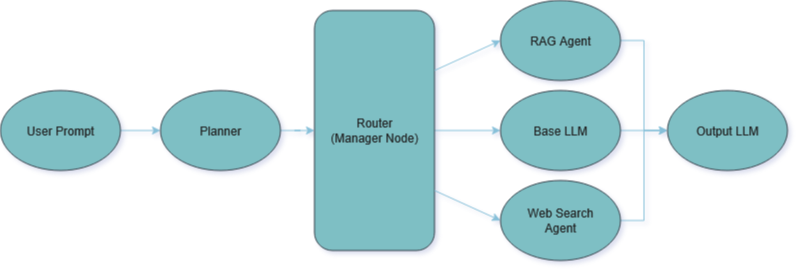
fgunestas/RAG_Project keeps this draw.io diagram as graph.png. Above is the earlier version. Source tidied: cells renumbered, new cells last; positions are measured from the earlier drawing's top-left corner, leaving out a move shared by most shapes.
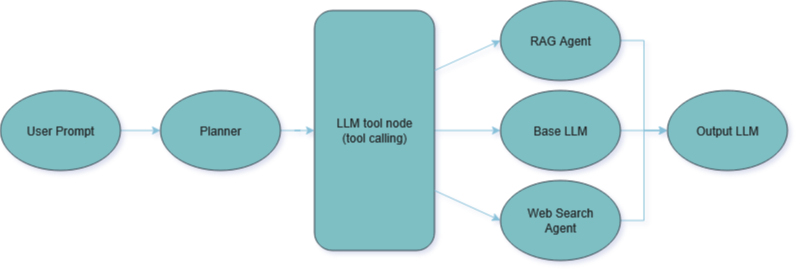
After the commit.

What changed in the source:
```diff
@@ -17,7 +17,7 @@
     <mxCell id="6" style="edgeStyle=orthogonalEdgeStyle;rounded=0;jettySize=auto;html=1;labelBackgroundColor=none;strokeColor=#0B4D6A;fontColor=default;" parent="1" edge="1" source="7" target="11">
       <mxGeometry relative="1" as="geometry" />
     </mxCell>
-    <mxCell id="7" value="&lt;div&gt;Router&lt;/div&gt;&lt;div&gt;(Manager Node)&lt;/div&gt;" style="rounded=1;whiteSpace=wrap;html=1;fillColor=#09555B;strokeColor=#BAC8D3;labelBackgroundColor=none;fontColor=#EEEEEE;" parent="1" vertex="1">
+    <mxCell id="7" value="LLM tool node&lt;br&gt;(tool calling)" style="rounded=1;whiteSpace=wrap;html=1;fillColor=#09555B;strokeColor=#BAC8D3;labelBackgroundColor=none;fontColor=#EEEEEE;" parent="1" vertex="1">
       <mxGeometry x="314" y="10" width="120" height="240" as="geometry" />
     </mxCell>
     <mxCell id="8" style="edgeStyle=orthogonalEdgeStyle;rounded=0;jettySize=auto;html=1;exitX=1;exitY=0.5;exitDx=0;exitDy=0;entryX=0;entryY=0.5;entryDx=0;entryDy=0;strokeColor=#0B4D6A;fontColor=default;labelBackgroundColor=none;" parent="1" edge="1" source="9" target="16">
```
